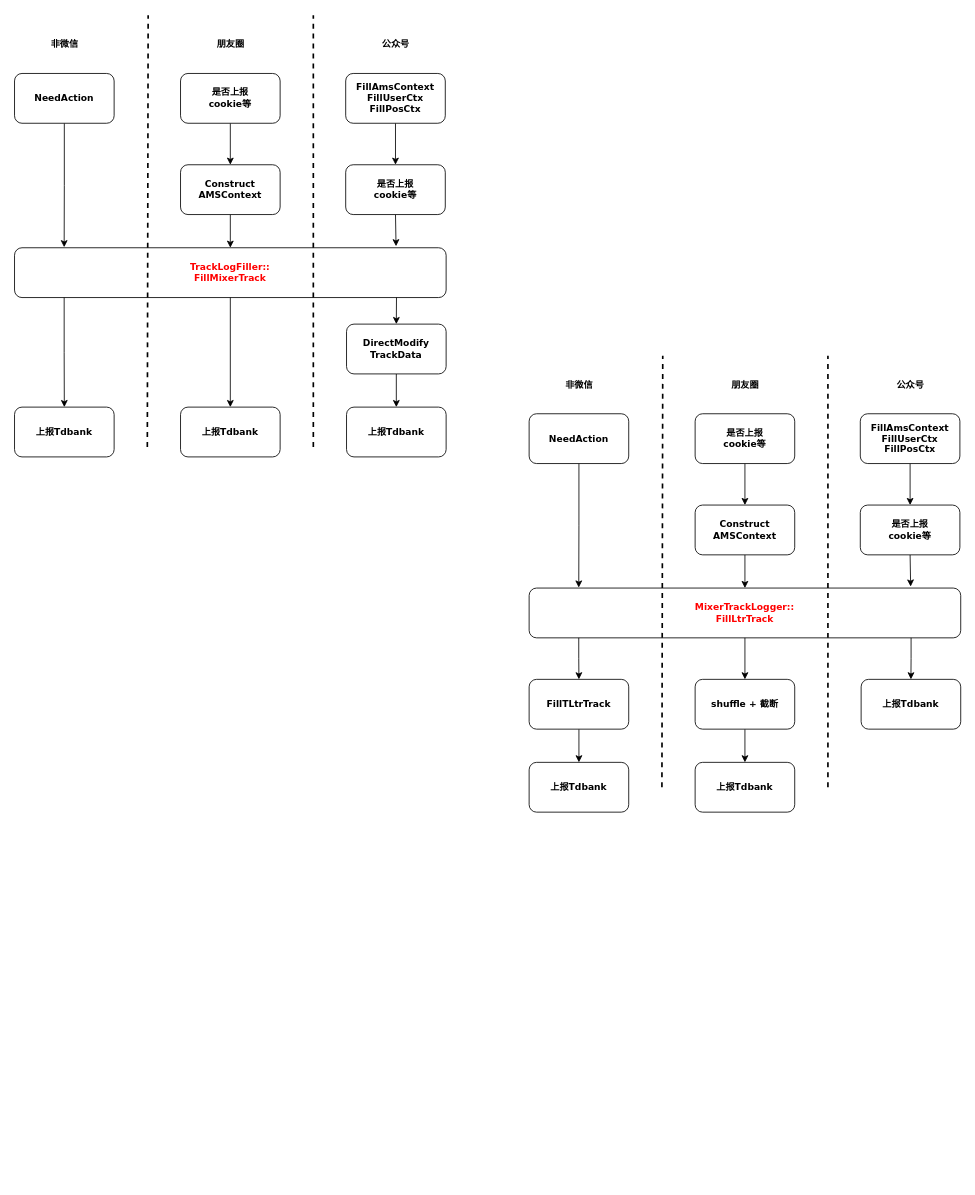
The draw.io diagram ranking_track.drawio in WindLeeWT/Misc, before the edit. Source tidied: cells renumbered, new cells numbered last; positions are measured from the earlier drawing's top-left corner, leaving out a move shared by most shapes. Both pictures are drawn from the tidied source at 83%, with x=0, y=0 at pixel (14, 15).
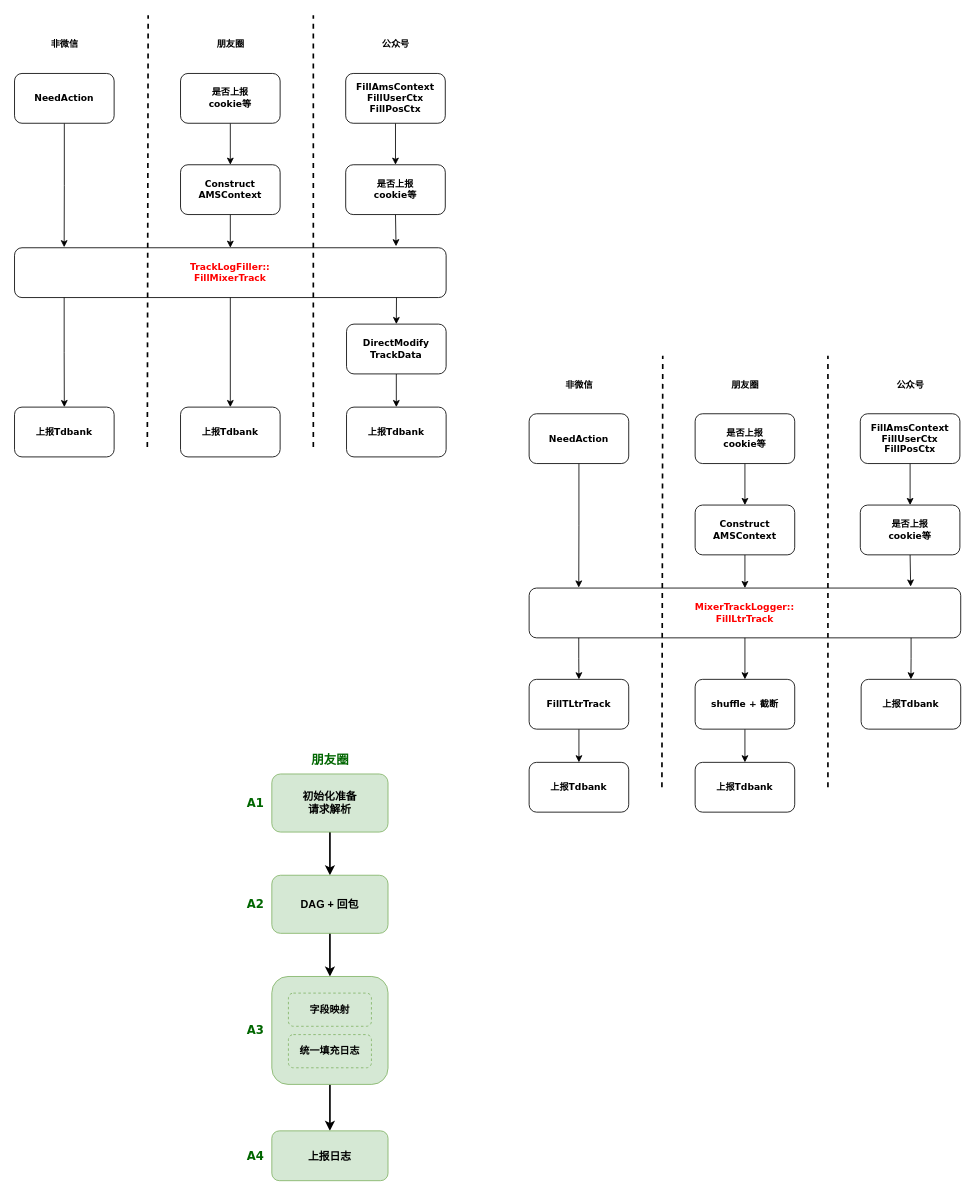
After the change.

Diff of the diagram source:
```diff
@@
+    <mxCell id="52" style="edgeStyle=orthogonalEdgeStyle;rounded=0;jettySize=auto;html=1;exitX=0.5;exitY=1;exitDx=0;exitDy=0;entryX=0.5;entryY=0;entryDx=0;entryDy=0;strokeWidth=2;" parent="1" edge="1" source="53" target="57">
+      <mxGeometry relative="1" as="geometry" />
+    </mxCell>
+    <mxCell id="53" value="初始化准备&lt;br style=&quot;font-size: 13px;&quot;&gt;请求解析" style="rounded=1;whiteSpace=wrap;html=1;fontStyle=1;fontSize=13;fillColor=#d5e8d4;strokeColor=#82b366;" parent="1" vertex="1">
+      <mxGeometry x="310" y="914" width="140" height="70" as="geometry" />
+    </mxCell>
+    <mxCell id="54" value="朋友圈" style="text;html=1;align=center;verticalAlign=middle;strokeColor=none;fillColor=none;fontStyle=1;fontFamily=Georgia;fontSize=15;fontColor=#006600;" parent="1" vertex="1">
+      <mxGeometry x="345" y="880" width="70" height="30" as="geometry" />
+    </mxCell>
+    <mxCell id="55" value="A1" style="text;html=1;align=center;verticalAlign=middle;strokeColor=none;fillColor=none;fontStyle=1;fontFamily=Verdana;fontSize=14;fontColor=#006600;" parent="1" vertex="1">
+      <mxGeometry x="270" y="934" width="40" height="30" as="geometry" />
+    </mxCell>
+    <mxCell id="56" style="edgeStyle=orthogonalEdgeStyle;rounded=0;jettySize=auto;html=1;exitX=0.5;exitY=1;exitDx=0;exitDy=0;entryX=0.5;entryY=0;entryDx=0;entryDy=0;strokeWidth=2;" parent="1" edge="1" source="57" target="60">
+      <mxGeometry relative="1" as="geometry" />
+    </mxCell>
+    <mxCell id="57" value="DAG +&amp;nbsp;回包" style="rounded=1;whiteSpace=wrap;html=1;fontStyle=1;fontSize=13;fillColor=#d5e8d4;strokeColor=#82b366;" parent="1" vertex="1">
+      <mxGeometry x="310" y="1036" width="140" height="70" as="geometry" />
+    </mxCell>
+    <mxCell id="58" value="A2" style="text;html=1;align=center;verticalAlign=middle;strokeColor=none;fillColor=none;fontStyle=1;fontFamily=Verdana;fontSize=14;fontColor=#006600;" parent="1" vertex="1">
+      <mxGeometry x="270" y="1056" width="40" height="30" as="geometry" />
+    </mxCell>
+    <mxCell id="59" style="edgeStyle=orthogonalEdgeStyle;rounded=0;jettySize=auto;html=1;exitX=0.5;exitY=1;exitDx=0;exitDy=0;entryX=0.5;entryY=0;entryDx=0;entryDy=0;strokeWidth=2;" parent="1" edge="1" source="60" target="64">
+      <mxGeometry relative="1" as="geometry" />
+    </mxCell>
+    <mxCell id="60" style="rounded=1;whiteSpace=wrap;html=1;fontStyle=1;fontSize=13;fillColor=#d5e8d4;strokeColor=#82b366;" parent="1" vertex="1">
+      <mxGeometry x="310" y="1158" width="140" height="130" as="geometry" />
+    </mxCell>
+    <mxCell id="61" value="A3" style="text;html=1;align=center;verticalAlign=middle;strokeColor=none;fillColor=none;fontStyle=1;fontFamily=Verdana;fontSize=14;fontColor=#006600;" parent="1" vertex="1">
+      <mxGeometry x="270" y="1208" width="40" height="30" as="geometry" />
+    </mxCell>
+    <mxCell id="62" value="字段映射" style="rounded=1;whiteSpace=wrap;html=1;fillColor=#d5e8d4;strokeColor=#82b366;fontStyle=1;dashed=1;" parent="1" vertex="1">
+      <mxGeometry x="330" y="1178" width="100" height="40" as="geometry" />
+    </mxCell>
+    <mxCell id="63" value="统一填充日志" style="rounded=1;whiteSpace=wrap;html=1;fillColor=#d5e8d4;strokeColor=#82b366;fontStyle=1;dashed=1;" parent="1" vertex="1">
+      <mxGeometry x="330" y="1228" width="100" height="40" as="geometry" />
+    </mxCell>
+    <mxCell id="64" value="上报日志" style="rounded=1;whiteSpace=wrap;html=1;fontStyle=1;fontSize=13;fillColor=#d5e8d4;strokeColor=#82b366;" parent="1" vertex="1">
+      <mxGeometry x="310" y="1344" width="140" height="60" as="geometry" />
+    </mxCell>
+    <mxCell id="65" value="A4" style="text;html=1;align=center;verticalAlign=middle;strokeColor=none;fillColor=none;fontStyle=1;fontFamily=Verdana;fontSize=14;fontColor=#006600;" parent="1" vertex="1">
+      <mxGeometry x="270" y="1359" width="40" height="30" as="geometry" />
+    </mxCell>
```
